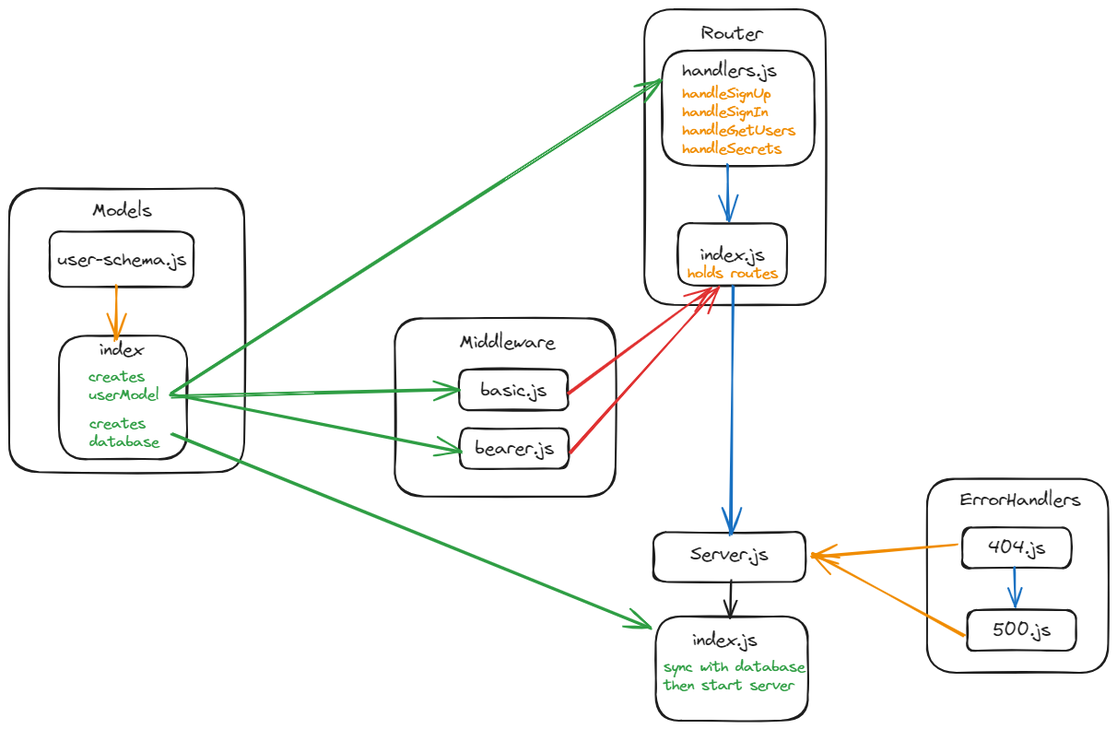
Before: assets/bearerAuthUMLFileStruct.excalidraw.png, a diagram exported from Excalidraw (MelodicXP/bearer-auth). Source tidied: one line per element, renumbered; positions are measured from the earlier drawing's top-left corner, leaving out a move shared by most shapes.
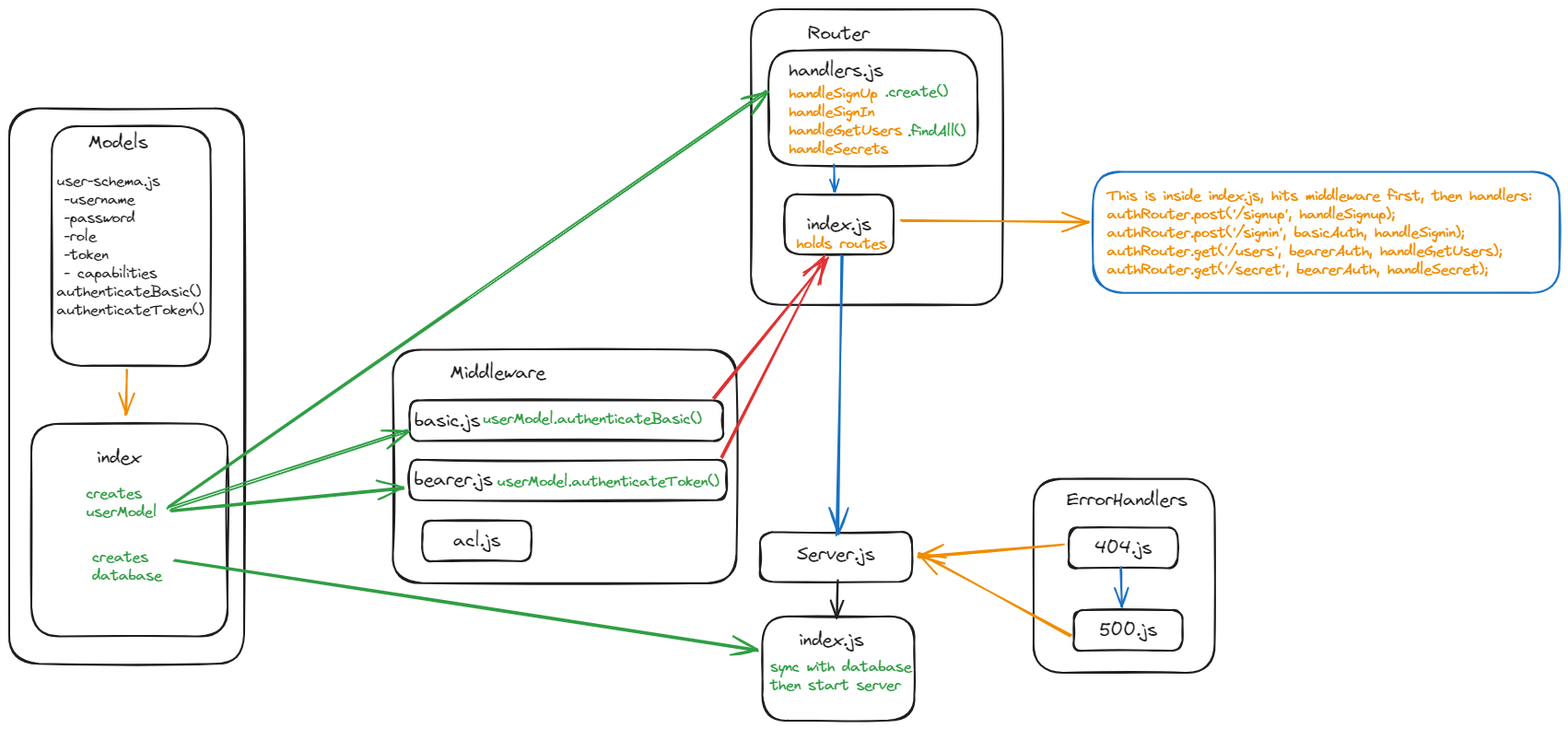
The same file after the commit.

Commit message:
Add role property and capabilities, creates user successfully via signup with role assigned

Change to the diagram source:
```diff
@@ -1,46 +1,55 @@
-{"id": 0, "type": "rectangle", "strokeColor": "#1e1e1e", "strokeWidth": 2, "roughness": 1, "round": true, "x": 0, "y": 194, "width": 255, "height": 308}
+{"id": 0, "type": "rectangle", "strokeColor": "#1e1e1e", "strokeWidth": 2, "roughness": 1, "round": true, "x": 0, "y": 108, "width": 255, "height": 603}
-{"id": 1, "type": "rectangle", "strokeColor": "#1e1e1e", "strokeWidth": 2, "roughness": 1, "round": true, "x": 54, "y": 354, "width": 139, "height": 134}
+{"id": 1, "type": "rectangle", "strokeColor": "#1e1e1e", "strokeWidth": 2, "roughness": 1, "round": true, "x": 24, "y": 450, "width": 213, "height": 231}
-{"id": 2, "type": "text", "text": "index", "strokeColor": "#1e1e1e", "strokeWidth": 2, "roughness": 1, "fontSize": 20, "fontFamily": 1, "x": 98, "y": 357, "width": 47, "height": 25}
+{"id": 2, "type": "text", "text": "index", "strokeColor": "#1e1e1e", "strokeWidth": 2, "roughness": 1, "fontSize": 20, "fontFamily": 1, "x": 95, "y": 474, "width": 47, "height": 25}
-{"id": 3, "type": "text", "text": "Models", "strokeColor": "#1e1e1e", "strokeWidth": 2, "roughness": 1, "fontSize": 20, "fontFamily": 1, "x": 90, "y": 206, "width": 65, "height": 25}
+{"id": 3, "type": "text", "text": "Models", "strokeColor": "#1e1e1e", "strokeWidth": 2, "roughness": 1, "fontSize": 20, "fontFamily": 1, "x": 86, "y": 132, "width": 65, "height": 25}
-{"id": 4, "type": "text", "text": "creates \nuserModel", "strokeColor": "#2f9e44", "strokeWidth": 2, "roughness": 1, "fontSize": 16, "fontFamily": 1, "x": 86, "y": 389, "width": 77, "height": 40}
+{"id": 4, "type": "text", "text": "creates \nuserModel\n\n", "strokeColor": "#2f9e44", "strokeWidth": 2, "roughness": 1, "fontSize": 16, "fontFamily": 1, "x": 83, "y": 516, "width": 77, "height": 80}
-{"id": 5, "type": "rectangle", "strokeColor": "#1e1e1e", "strokeWidth": 2, "roughness": 1, "round": true, "x": 44, "y": 241, "width": 156, "height": 60}
+{"id": 5, "type": "rectangle", "strokeColor": "#1e1e1e", "strokeWidth": 2, "roughness": 1, "round": true, "x": 46, "y": 127, "width": 172, "height": 260}
-{"id": 6, "type": "text", "text": "user-schema.js", "strokeColor": "#1e1e1e", "strokeWidth": 2, "roughness": 1, "fontSize": 20, "fontFamily": 1, "textAlign": "center", "verticalAlign": "middle", "inside": 5, "x": 52, "y": 259, "width": 141, "height": 25}
+{"id": 6, "type": "text", "text": "user-schema.js\n -username\n -password\n -role\n -token\n - capabilities\nauthenticateBasic()\nauthenticateToken()", "strokeColor": "#1e1e1e", "strokeWidth": 2, "roughness": 1, "fontSize": 16, "fontFamily": 1, "verticalAlign": "middle", "inside": 5, "x": 51, "y": 177, "width": 160, "height": 160}
-{"id": 7, "type": "arrow", "strokeColor": "#f08c00", "strokeWidth": 2, "roughness": 1, "endArrowhead": "arrow", "round": true, "x": 116, "y": 300, "width": 1, "height": 59, "points": [[0, 0], [-1, 59]]}
+{"id": 7, "type": "arrow", "strokeColor": "#f08c00", "strokeWidth": 2, "roughness": 1, "endArrowhead": "arrow", "round": true, "from": 5, "to": 1, "x": 128, "y": 392, "width": 1, "height": 48, "points": [[0, 0], [-1, 48]]}
-{"id": 8, "type": "rectangle", "strokeColor": "#1e1e1e", "strokeWidth": 2, "roughness": 1, "round": true, "x": 418, "y": 335, "width": 239, "height": 193}
+{"id": 8, "type": "rectangle", "strokeColor": "#1e1e1e", "strokeWidth": 2, "roughness": 1, "round": true, "x": 416, "y": 370, "width": 373, "height": 253}
-{"id": 9, "type": "text", "text": "Middleware", "strokeColor": "#1e1e1e", "strokeWidth": 2, "roughness": 1, "fontSize": 20, "fontFamily": 1, "x": 489, "y": 349, "width": 104, "height": 25}
+{"id": 9, "type": "text", "text": "Middleware", "strokeColor": "#1e1e1e", "strokeWidth": 2, "roughness": 1, "fontSize": 20, "fontFamily": 1, "x": 479, "y": 382, "width": 104, "height": 25}
-{"id": 10, "type": "rectangle", "strokeColor": "#1e1e1e", "strokeWidth": 2, "roughness": 1, "round": true, "x": 489, "y": 454, "width": 118, "height": 44}
+{"id": 10, "type": "rectangle", "strokeColor": "#1e1e1e", "strokeWidth": 2, "roughness": 1, "round": true, "x": 434, "y": 489, "width": 344, "height": 44}
-{"id": 11, "type": "text", "text": "bearer.js", "strokeColor": "#1e1e1e", "strokeWidth": 2, "roughness": 1, "fontSize": 20, "fontFamily": 1, "textAlign": "center", "verticalAlign": "middle", "inside": 10, "x": 506, "y": 464, "width": 85, "height": 25}
+{"id": 11, "type": "text", "text": "bearer.js", "strokeColor": "#1e1e1e", "strokeWidth": 2, "roughness": 1, "fontSize": 20, "fontFamily": 1, "verticalAlign": "middle", "inside": 10, "x": 439, "y": 498, "width": 85, "height": 25}
-{"id": 12, "type": "rectangle", "strokeColor": "#1e1e1e", "strokeWidth": 2, "roughness": 1, "round": true, "x": 488, "y": 391, "width": 118, "height": 44}
+{"id": 12, "type": "rectangle", "strokeColor": "#1e1e1e", "strokeWidth": 2, "roughness": 1, "round": true, "x": 435, "y": 424, "width": 340, "height": 44}
-{"id": 13, "type": "text", "text": "basic.js", "strokeColor": "#1e1e1e", "strokeWidth": 2, "roughness": 1, "fontSize": 20, "fontFamily": 1, "textAlign": "center", "verticalAlign": "middle", "inside": 12, "x": 511, "y": 401, "width": 72, "height": 25}
+{"id": 13, "type": "text", "text": "basic.js", "strokeColor": "#1e1e1e", "strokeWidth": 2, "roughness": 1, "fontSize": 20, "fontFamily": 1, "verticalAlign": "middle", "inside": 12, "x": 440, "y": 434, "width": 72, "height": 25}
-{"id": 14, "type": "arrow", "strokeColor": "#2f9e44", "strokeWidth": 2, "roughness": 1, "endArrowhead": "arrow", "round": true, "from": 4, "x": 178, "y": 419, "width": 312, "height": 61, "points": [[0, 0], [312, 61]]}
+{"id": 14, "type": "arrow", "strokeColor": "#2f9e44", "strokeWidth": 2, "roughness": 1, "endArrowhead": "arrow", "round": true, "from": 4, "to": 10, "x": 176, "y": 545, "width": 251, "height": 26, "points": [[0, 0], [251, -26]]}
-{"id": 15, "type": "arrow", "strokeColor": "#2f9e44", "strokeWidth": 2, "roughness": 1, "endArrowhead": "arrow", "round": true, "from": 4, "to": 12, "x": 175, "y": 420, "width": 312, "height": 8, "points": [[0, 0], [312, -8]]}
+{"id": 15, "type": "arrow", "strokeColor": "#2f9e44", "strokeWidth": 2, "roughness": 1, "endArrowhead": "arrow", "round": true, "from": 4, "to": 12, "x": 175, "y": 541, "width": 258, "height": 85, "points": [[0, 0], [258, -85]]}
-{"id": 16, "type": "rectangle", "strokeColor": "#1e1e1e", "strokeWidth": 2, "roughness": 1, "round": true, "x": 689, "y": 0, "width": 197, "height": 321}
+{"id": 16, "type": "rectangle", "strokeColor": "#1e1e1e", "strokeWidth": 2, "roughness": 1, "round": true, "x": 805, "y": 0, "width": 273, "height": 321}
-{"id": 17, "type": "text", "text": "Router", "strokeColor": "#1e1e1e", "strokeWidth": 2, "roughness": 1, "fontSize": 20, "fontFamily": 1, "x": 751, "y": 14, "width": 67, "height": 25}
+{"id": 17, "type": "text", "text": "Router", "strokeColor": "#1e1e1e", "strokeWidth": 2, "roughness": 1, "fontSize": 20, "fontFamily": 1, "x": 867, "y": 14, "width": 67, "height": 25}
-{"id": 18, "type": "rectangle", "strokeColor": "#1e1e1e", "strokeWidth": 2, "roughness": 1, "round": true, "x": 708, "y": 45, "width": 165, "height": 125}
+{"id": 18, "type": "rectangle", "strokeColor": "#1e1e1e", "strokeWidth": 2, "roughness": 1, "round": true, "x": 824, "y": 45, "width": 227, "height": 125}
-{"id": 19, "type": "rectangle", "strokeColor": "#1e1e1e", "strokeWidth": 2, "roughness": 1, "round": true, "x": 726, "y": 232, "width": 118, "height": 68}
+{"id": 19, "type": "rectangle", "strokeColor": "#1e1e1e", "strokeWidth": 2, "roughness": 1, "round": true, "x": 842, "y": 201, "width": 118, "height": 65}
-{"id": 20, "type": "text", "text": "index.js", "strokeColor": "#1e1e1e", "strokeWidth": 2, "roughness": 1, "fontSize": 20, "fontFamily": 1, "textAlign": "center", "verticalAlign": "middle", "inside": 19, "x": 750, "y": 254, "width": 70, "height": 25}
+{"id": 20, "type": "text", "text": "index.js", "strokeColor": "#1e1e1e", "strokeWidth": 2, "roughness": 1, "fontSize": 20, "fontFamily": 1, "textAlign": "center", "verticalAlign": "middle", "inside": 19, "x": 866, "y": 221, "width": 70, "height": 25}
-{"id": 21, "type": "arrow", "strokeColor": "#2f9e44", "strokeWidth": 2, "roughness": 1, "endArrowhead": "arrow", "round": true, "from": 4, "to": 18, "x": 174, "y": 417, "width": 532, "height": 341, "points": [[0, 0], [532, -341]]}
+{"id": 21, "type": "arrow", "strokeColor": "#2f9e44", "strokeWidth": 2, "roughness": 1, "endArrowhead": "arrow", "round": true, "from": 4, "to": 18, "x": 172, "y": 540, "width": 651, "height": 451, "points": [[0, 0], [651, -451]]}
-{"id": 22, "type": "arrow", "strokeColor": "#e03131", "strokeWidth": 2, "roughness": 1, "endArrowhead": "arrow", "round": true, "from": 12, "to": 43, "x": 607, "y": 418, "width": 155, "height": 115, "points": [[0, 0], [155, -115]]}
+{"id": 22, "type": "arrow", "strokeColor": "#e03131", "strokeWidth": 2, "roughness": 1, "endArrowhead": "arrow", "round": true, "from": 12, "to": 43, "x": 765, "y": 423, "width": 124, "height": 153, "points": [[0, 0], [124, -153]]}
-{"id": 23, "type": "arrow", "strokeColor": "#e03131", "strokeWidth": 2, "roughness": 1, "endArrowhead": "arrow", "round": true, "from": 10, "to": 43, "x": 609, "y": 482, "width": 160, "height": 181, "points": [[0, 0], [160, -181]]}
+{"id": 23, "type": "arrow", "strokeColor": "#e03131", "strokeWidth": 2, "roughness": 1, "endArrowhead": "arrow", "round": true, "from": 10, "to": 43, "x": 774, "y": 487, "width": 110, "height": 220, "points": [[0, 0], [110, -220]]}
-{"id": 24, "type": "rectangle", "strokeColor": "#1e1e1e", "strokeWidth": 2, "roughness": 1, "round": true, "x": 699, "y": 567, "width": 165, "height": 54}
+{"id": 24, "type": "rectangle", "strokeColor": "#1e1e1e", "strokeWidth": 2, "roughness": 1, "round": true, "x": 815, "y": 567, "width": 165, "height": 54}
-{"id": 25, "type": "text", "text": "Server.js", "strokeColor": "#1e1e1e", "strokeWidth": 2, "roughness": 1, "fontSize": 20, "fontFamily": 1, "x": 739, "y": 579, "width": 85, "height": 25}
+{"id": 25, "type": "text", "text": "Server.js", "strokeColor": "#1e1e1e", "strokeWidth": 2, "roughness": 1, "fontSize": 20, "fontFamily": 1, "x": 855, "y": 579, "width": 85, "height": 25}
-{"id": 26, "type": "arrow", "strokeColor": "#1971c2", "strokeWidth": 2, "roughness": 1, "endArrowhead": "arrow", "round": true, "from": 43, "to": 25, "x": 786, "y": 300, "width": 4, "height": 269, "points": [[0, 0], [-4, 269]]}
+{"id": 26, "type": "arrow", "strokeColor": "#1971c2", "strokeWidth": 2, "roughness": 1, "endArrowhead": "arrow", "round": true, "from": 43, "to": 25, "x": 905, "y": 268, "width": 6, "height": 302, "points": [[0, 0], [-6, 302]]}
-{"id": 27, "type": "arrow", "strokeColor": "#1971c2", "strokeWidth": 2, "roughness": 1, "endArrowhead": "arrow", "round": true, "from": 44, "to": 19, "x": 779, "y": 169, "width": 0, "height": 60, "points": [[0, 0], [0, 60]]}
+{"id": 27, "type": "arrow", "strokeColor": "#1971c2", "strokeWidth": 2, "roughness": 1, "endArrowhead": "arrow", "round": true, "from": 44, "to": 19, "x": 895, "y": 169, "width": 0, "height": 28, "points": [[0, 0], [0, 28]]}
-{"id": 28, "type": "rectangle", "strokeColor": "#1e1e1e", "strokeWidth": 2, "roughness": 1, "round": true, "x": 701, "y": 659, "width": 165, "height": 113}
+{"id": 28, "type": "rectangle", "strokeColor": "#1e1e1e", "strokeWidth": 2, "roughness": 1, "round": true, "x": 817, "y": 659, "width": 165, "height": 113}
-{"id": 29, "type": "text", "text": "index.js", "strokeColor": "#1e1e1e", "strokeWidth": 2, "roughness": 1, "fontSize": 20, "fontFamily": 1, "x": 741, "y": 672, "width": 70, "height": 25}
+{"id": 29, "type": "text", "text": "index.js", "strokeColor": "#1e1e1e", "strokeWidth": 2, "roughness": 1, "fontSize": 20, "fontFamily": 1, "x": 857, "y": 672, "width": 70, "height": 25}
-{"id": 30, "type": "text", "text": "creates\ndatabase", "strokeColor": "#2f9e44", "strokeWidth": 2, "roughness": 1, "fontSize": 16, "fontFamily": 1, "x": 87, "y": 440, "width": 76, "height": 40}
+{"id": 30, "type": "text", "text": "creates\ndatabase", "strokeColor": "#2f9e44", "strokeWidth": 2, "roughness": 1, "fontSize": 16, "fontFamily": 1, "x": 90, "y": 585, "width": 76, "height": 40}
-{"id": 31, "type": "arrow", "strokeColor": "#2f9e44", "strokeWidth": 2, "roughness": 1, "endArrowhead": "arrow", "round": true, "from": 30, "to": 28, "x": 177, "y": 461, "width": 519, "height": 210, "points": [[0, 0], [519, 210]]}
+{"id": 31, "type": "arrow", "strokeColor": "#2f9e44", "strokeWidth": 2, "roughness": 1, "endArrowhead": "arrow", "round": true, "from": 30, "to": 28, "x": 180, "y": 598, "width": 632, "height": 97, "points": [[0, 0], [632, 97]]}
-{"id": 32, "type": "text", "text": "sync with database\nthen start server", "strokeColor": "#2f9e44", "strokeWidth": 2, "roughness": 1, "fontSize": 16, "fontFamily": 1, "x": 710, "y": 704, "width": 154, "height": 40}
+{"id": 32, "type": "text", "text": "sync with database\nthen start server", "strokeColor": "#2f9e44", "strokeWidth": 2, "roughness": 1, "fontSize": 16, "fontFamily": 1, "x": 826, "y": 704, "width": 154, "height": 40}
-{"id": 33, "type": "arrow", "strokeColor": "#1e1e1e", "strokeWidth": 2, "roughness": 1, "endArrowhead": "arrow", "round": true, "from": 25, "to": 29, "x": 783, "y": 620, "width": 0, "height": 40, "points": [[0, 0], [0, 40]]}
+{"id": 33, "type": "arrow", "strokeColor": "#1e1e1e", "strokeWidth": 2, "roughness": 1, "endArrowhead": "arrow", "round": true, "from": 25, "to": 29, "x": 899, "y": 620, "width": 0, "height": 40, "points": [[0, 0], [0, 40]]}
-{"id": 34, "type": "rectangle", "strokeColor": "#1e1e1e", "strokeWidth": 2, "roughness": 1, "round": true, "x": 996, "y": 510, "width": 197, "height": 210}
+{"id": 34, "type": "rectangle", "strokeColor": "#1e1e1e", "strokeWidth": 2, "roughness": 1, "round": true, "x": 1112, "y": 510, "width": 197, "height": 210}
-{"id": 35, "type": "text", "text": "ErrorHandlers", "strokeColor": "#1e1e1e", "strokeWidth": 2, "roughness": 1, "fontSize": 20, "fontFamily": 1, "x": 1032, "y": 520, "width": 131, "height": 25}
+{"id": 35, "type": "text", "text": "ErrorHandlers", "strokeColor": "#1e1e1e", "strokeWidth": 2, "roughness": 1, "fontSize": 20, "fontFamily": 1, "x": 1148, "y": 520, "width": 131, "height": 25}
-{"id": 36, "type": "rectangle", "strokeColor": "#1e1e1e", "strokeWidth": 2, "roughness": 1, "round": true, "x": 1034, "y": 562, "width": 118, "height": 44}
+{"id": 36, "type": "rectangle", "strokeColor": "#1e1e1e", "strokeWidth": 2, "roughness": 1, "round": true, "x": 1150, "y": 562, "width": 118, "height": 44}
-{"id": 37, "type": "text", "text": "404.js", "strokeColor": "#1e1e1e", "strokeWidth": 2, "roughness": 1, "fontSize": 20, "fontFamily": 1, "textAlign": "center", "verticalAlign": "middle", "inside": 36, "x": 1062, "y": 572, "width": 62, "height": 25}
+{"id": 37, "type": "text", "text": "404.js", "strokeColor": "#1e1e1e", "strokeWidth": 2, "roughness": 1, "fontSize": 20, "fontFamily": 1, "textAlign": "center", "verticalAlign": "middle", "inside": 36, "x": 1178, "y": 572, "width": 62, "height": 25}
-{"id": 38, "type": "rectangle", "strokeColor": "#1e1e1e", "strokeWidth": 2, "roughness": 1, "round": true, "x": 1040, "y": 652, "width": 118, "height": 44}
+{"id": 38, "type": "rectangle", "strokeColor": "#1e1e1e", "strokeWidth": 2, "roughness": 1, "round": true, "x": 1156, "y": 652, "width": 118, "height": 44}
-{"id": 39, "type": "text", "text": "500.js", "strokeColor": "#1e1e1e", "strokeWidth": 2, "roughness": 1, "fontSize": 20, "fontFamily": 1, "textAlign": "center", "verticalAlign": "middle", "inside": 38, "x": 1067, "y": 661, "width": 63, "height": 25}
+{"id": 39, "type": "text", "text": "500.js", "strokeColor": "#1e1e1e", "strokeWidth": 2, "roughness": 1, "fontSize": 20, "fontFamily": 1, "textAlign": "center", "verticalAlign": "middle", "inside": 38, "x": 1183, "y": 661, "width": 63, "height": 25}
-{"id": 40, "type": "arrow", "strokeColor": "#1971c2", "strokeWidth": 2, "roughness": 1, "endArrowhead": "arrow", "round": true, "to": 38, "x": 1091, "y": 606, "width": 1, "height": 42, "points": [[0, 0], [1, 42]]}
+{"id": 40, "type": "arrow", "strokeColor": "#1971c2", "strokeWidth": 2, "roughness": 1, "endArrowhead": "arrow", "round": true, "to": 38, "x": 1207, "y": 606, "width": 1, "height": 42, "points": [[0, 0], [1, 42]]}
-{"id": 41, "type": "arrow", "strokeColor": "#f08c00", "strokeWidth": 2, "roughness": 1, "endArrowhead": "arrow", "round": true, "from": 36, "to": 24, "x": 1027, "y": 581, "width": 157, "height": 14, "points": [[0, 0], [-157, 14]]}
+{"id": 41, "type": "arrow", "strokeColor": "#f08c00", "strokeWidth": 2, "roughness": 1, "endArrowhead": "arrow", "round": true, "from": 36, "to": 24, "x": 1143, "y": 581, "width": 157, "height": 14, "points": [[0, 0], [-157, 14]]}
-{"id": 42, "type": "arrow", "strokeColor": "#f08c00", "strokeWidth": 2, "roughness": 1, "endArrowhead": "arrow", "round": true, "from": 38, "to": 24, "x": 1036, "y": 681, "width": 164, "height": 90, "points": [[0, 0], [-164, -90]]}
+{"id": 42, "type": "arrow", "strokeColor": "#f08c00", "strokeWidth": 2, "roughness": 1, "endArrowhead": "arrow", "round": true, "from": 38, "to": 24, "x": 1152, "y": 681, "width": 164, "height": 90, "points": [[0, 0], [-164, -90]]}
-{"id": 43, "type": "text", "text": "holds routes", "strokeColor": "#f08c00", "strokeWidth": 2, "roughness": 1, "fontSize": 16, "fontFamily": 1, "x": 736, "y": 277, "width": 98, "height": 20}
+{"id": 43, "type": "text", "text": "holds routes", "strokeColor": "#f08c00", "strokeWidth": 2, "roughness": 1, "fontSize": 16, "fontFamily": 1, "x": 855, "y": 245, "width": 98, "height": 20}
-{"id": 44, "type": "text", "text": "handleSignUp\nhandleSignIn\nhandleGetUsers\nhandleSecrets", "strokeColor": "#f08c00", "strokeWidth": 2, "roughness": 1, "fontSize": 16, "fontFamily": 1, "x": 730, "y": 82, "width": 123, "height": 80}
+{"id": 44, "type": "text", "text": "handleSignUp\nhandleSignIn\nhandleGetUsers\nhandleSecrets", "strokeColor": "#f08c00", "strokeWidth": 2, "roughness": 1, "fontSize": 16, "fontFamily": 1, "x": 846, "y": 82, "width": 123, "height": 80}
-{"id": 45, "type": "text", "text": "handlers.js", "strokeColor": "#1e1e1e", "strokeWidth": 2, "roughness": 1, "fontSize": 20, "fontFamily": 1, "x": 730, "y": 54, "width": 102, "height": 25}
+{"id": 45, "type": "text", "text": "handlers.js", "strokeColor": "#1e1e1e", "strokeWidth": 2, "roughness": 1, "fontSize": 20, "fontFamily": 1, "x": 846, "y": 54, "width": 102, "height": 25}
+{"id": 46, "type": "text", "text": ".create()", "strokeColor": "#2f9e44", "strokeWidth": 2, "roughness": 1, "fontSize": 16, "fontFamily": 1, "x": 950, "y": 80, "width": 69, "height": 20}
+{"id": 47, "type": "text", "text": ".findAll()", "strokeColor": "#2f9e44", "strokeWidth": 2, "roughness": 1, "fontSize": 16, "fontFamily": 1, "x": 975, "y": 123, "width": 63, "height": 20}
+{"id": 48, "type": "rectangle", "strokeColor": "#1e1e1e", "strokeWidth": 2, "roughness": 1, "round": true, "x": 449, "y": 555, "width": 118, "height": 44}
+{"id": 49, "type": "text", "text": "acl.js", "strokeColor": "#1e1e1e", "strokeWidth": 2, "roughness": 1, "fontSize": 20, "fontFamily": 1, "textAlign": "center", "verticalAlign": "middle", "inside": 48, "x": 482, "y": 564, "width": 52, "height": 25}
+{"id": 50, "type": "arrow", "strokeColor": "#f08c00", "strokeWidth": 2, "roughness": 1, "endArrowhead": "arrow", "round": true, "from": 19, "to": 52, "x": 969, "y": 230, "width": 202, "height": 1, "points": [[0, 0], [202, 1]]}
+{"id": 51, "type": "rectangle", "strokeColor": "#1971c2", "strokeWidth": 2, "roughness": 1, "round": true, "x": 1176, "y": 176, "width": 506, "height": 131}
+{"id": 52, "type": "text", "text": "This is inside index.js, hits middleware first, then handlers:\nauthRouter.post('/signup', handleSignup);\nauthRouter.post('/signin', basicAuth, handleSignin);\nauthRouter.get('/users', bearerAuth, handleGetUsers);\nauthRouter.get('/secret', bearerAuth, handleSecret);", "strokeColor": "#f08c00", "strokeWidth": 2, "roughness": 1, "fontSize": 16, "fontFamily": 1, "x": 1191, "y": 193, "width": 461, "height": 100}
+{"id": 53, "type": "text", "text": "userModel.authenticateBasic()", "strokeColor": "#2f9e44", "strokeWidth": 2, "roughness": 1, "fontSize": 16, "fontFamily": 1, "x": 514, "y": 435, "width": 238, "height": 20}
+{"id": 54, "type": "text", "text": "userModel.authenticateToken()", "strokeColor": "#2f9e44", "strokeWidth": 2, "roughness": 1, "fontSize": 16, "fontFamily": 1, "x": 530, "y": 503, "width": 241, "height": 20}
```
